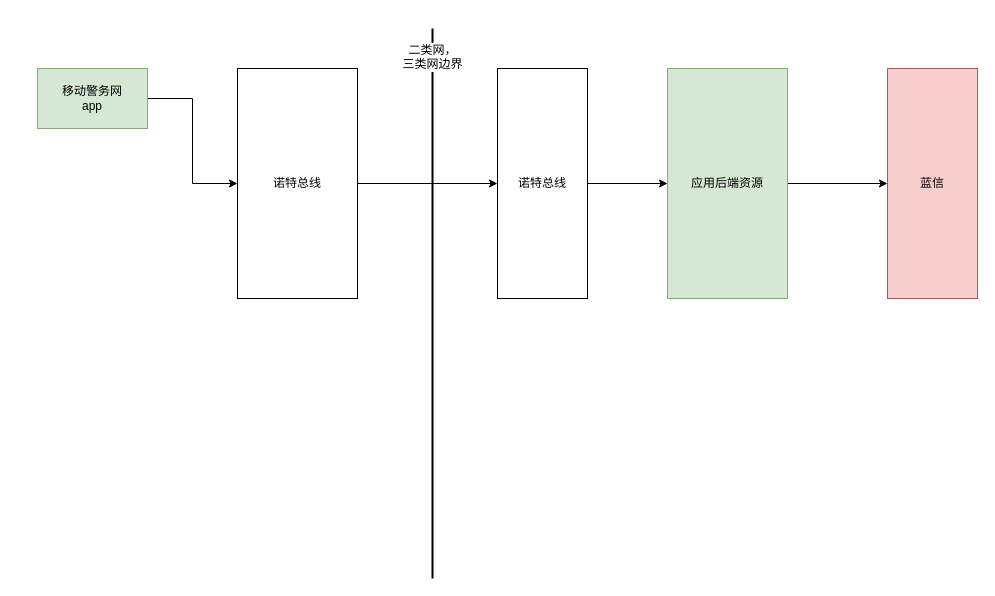
This is Untitled Diagram.drawio from fengyanzhang/comet4j, a draw.io file, before an edit. Source tidied: cells renumbered, new cells numbered last; positions are measured from the earlier drawing's top-left corner, leaving out a move shared by most shapes. Both pictures are drawn from the tidied source at 100%, with x=0, y=0 at pixel (37, 28).
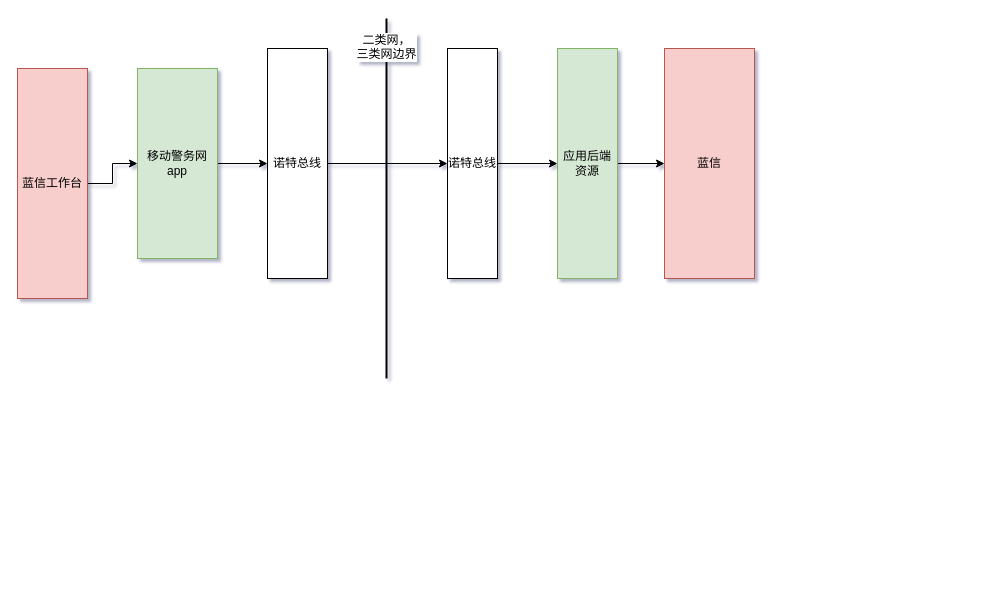
Above is the later version.

The edit, as a diff of the source:
```diff
@@
-<mxGraphModel>
+<mxGraphModel background="#ffffff" shadow="1">
   <root>
     <mxCell id="0" />
     <mxCell id="1" parent="0" />
     <mxCell id="2" style="edgeStyle=orthogonalEdgeStyle;rounded=0;jettySize=auto;html=1;" parent="1" edge="1" source="3" target="6">
       <mxGeometry relative="1" as="geometry" />
     </mxCell>
     <mxCell id="3" value="移动警务网&lt;br&gt;app" style="rounded=0;whiteSpace=wrap;html=1;fillColor=#d5e8d4;strokeColor=#82b366;" parent="1" vertex="1">
-      <mxGeometry y="40" width="110" height="60" as="geometry" />
+      <mxGeometry x="100" y="40" width="80" height="190" as="geometry" />
     </mxCell>
     <mxCell id="4" value="二类网，&lt;br&gt;三类网边界" style="line;strokeWidth=2;direction=south;html=1;" parent="1" vertex="1">
-      <mxGeometry x="390" width="10" height="550" as="geometry" />
+      <mxGeometry x="344" y="-10" width="10" height="360" as="geometry" />
     </mxCell>
     <mxCell id="5" style="edgeStyle=orthogonalEdgeStyle;rounded=0;jettySize=auto;html=1;entryX=0;entryY=0.5;entryDx=0;entryDy=0;" parent="1" edge="1" source="6" target="8">
       <mxGeometry relative="1" as="geometry" />
     </mxCell>
     <mxCell id="6" value="诺特总线" style="rounded=0;whiteSpace=wrap;html=1;" parent="1" vertex="1">
-      <mxGeometry x="200" y="40" width="120" height="230" as="geometry" />
+      <mxGeometry x="230" y="20" width="60" height="230" as="geometry" />
     </mxCell>
     <mxCell id="7" style="edgeStyle=orthogonalEdgeStyle;rounded=0;jettySize=auto;html=1;entryX=0;entryY=0.5;entryDx=0;entryDy=0;" parent="1" edge="1" source="8" target="10">
       <mxGeometry relative="1" as="geometry" />
     </mxCell>
     <mxCell id="8" value="诺特总线" style="rounded=0;whiteSpace=wrap;html=1;" parent="1" vertex="1">
-      <mxGeometry x="460" y="40" width="90" height="230" as="geometry" />
+      <mxGeometry x="410" y="20" width="50" height="230" as="geometry" />
     </mxCell>
     <mxCell id="9" style="edgeStyle=orthogonalEdgeStyle;rounded=0;jettySize=auto;html=1;" parent="1" edge="1" source="10" target="11">
       <mxGeometry relative="1" as="geometry" />
     </mxCell>
     <mxCell id="10" value="应用后端资源" style="rounded=0;whiteSpace=wrap;html=1;fillColor=#d5e8d4;strokeColor=#82b366;" parent="1" vertex="1">
-      <mxGeometry x="630" y="40" width="120" height="230" as="geometry" />
+      <mxGeometry x="520" y="20" width="60" height="230" as="geometry" />
     </mxCell>
     <mxCell id="11" value="蓝信" style="rounded=0;whiteSpace=wrap;html=1;fillColor=#f8cecc;strokeColor=#b85450;" parent="1" vertex="1">
-      <mxGeometry x="850" y="40" width="90" height="230" as="geometry" />
+      <mxGeometry x="627" y="20" width="90" height="230" as="geometry" />
     </mxCell>
+    <mxCell id="12" style="edgeStyle=orthogonalEdgeStyle;rounded=0;jettySize=auto;html=1;" parent="1" edge="1" source="13" target="3">
+      <mxGeometry relative="1" as="geometry" />
+    </mxCell>
+    <mxCell id="13" value="蓝信工作台" style="rounded=0;whiteSpace=wrap;html=1;fillColor=#f8cecc;strokeColor=#b85450;" parent="1" vertex="1">
+      <mxGeometry x="-20" y="40" width="70" height="230" as="geometry" />
+    </mxCell>
   </root>
 </mxGraphModel>
```
